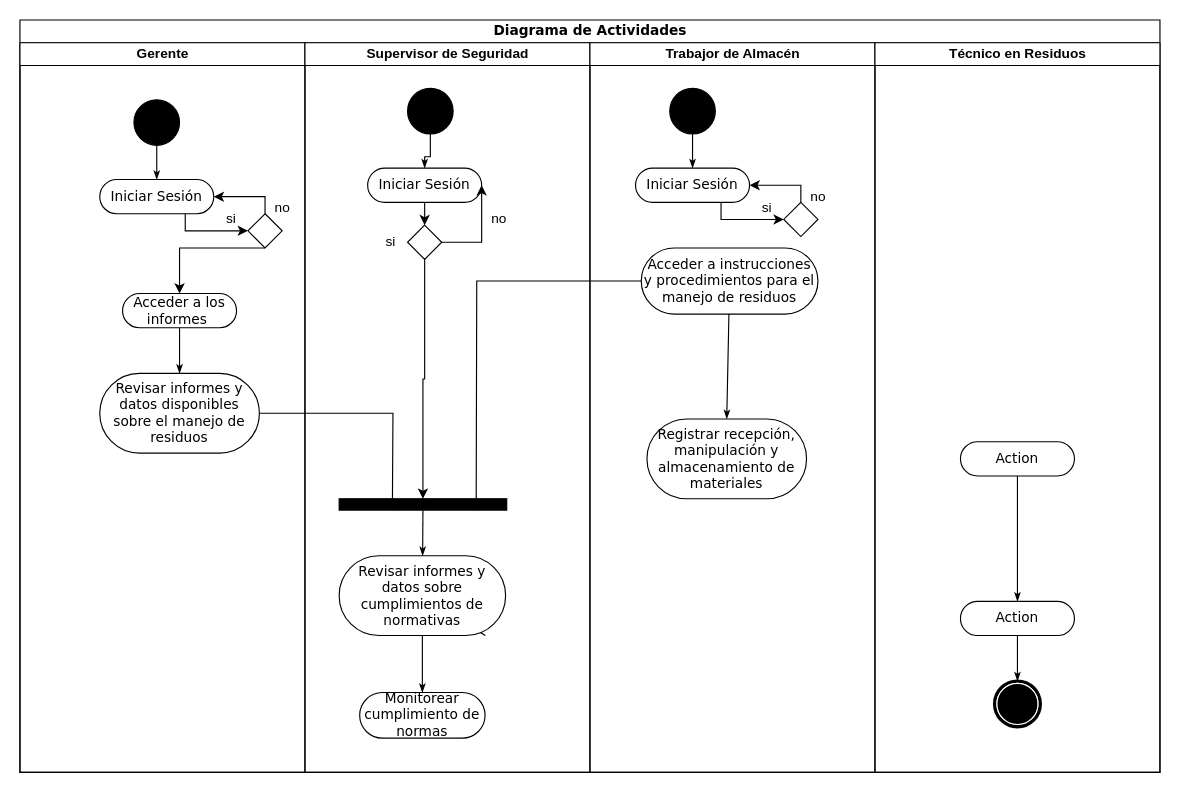
Earlier version of the draw.io diagram Programacion Web Diagrama Carril.drawio (misiomishi/itcj). Source tidied: cells renumbered, new cells numbered last; positions are measured from the earlier drawing's top-left corner, leaving out a move shared by most shapes. Both pictures are drawn from the tidied source at 114%, with x=0, y=0 at pixel (19, 19).
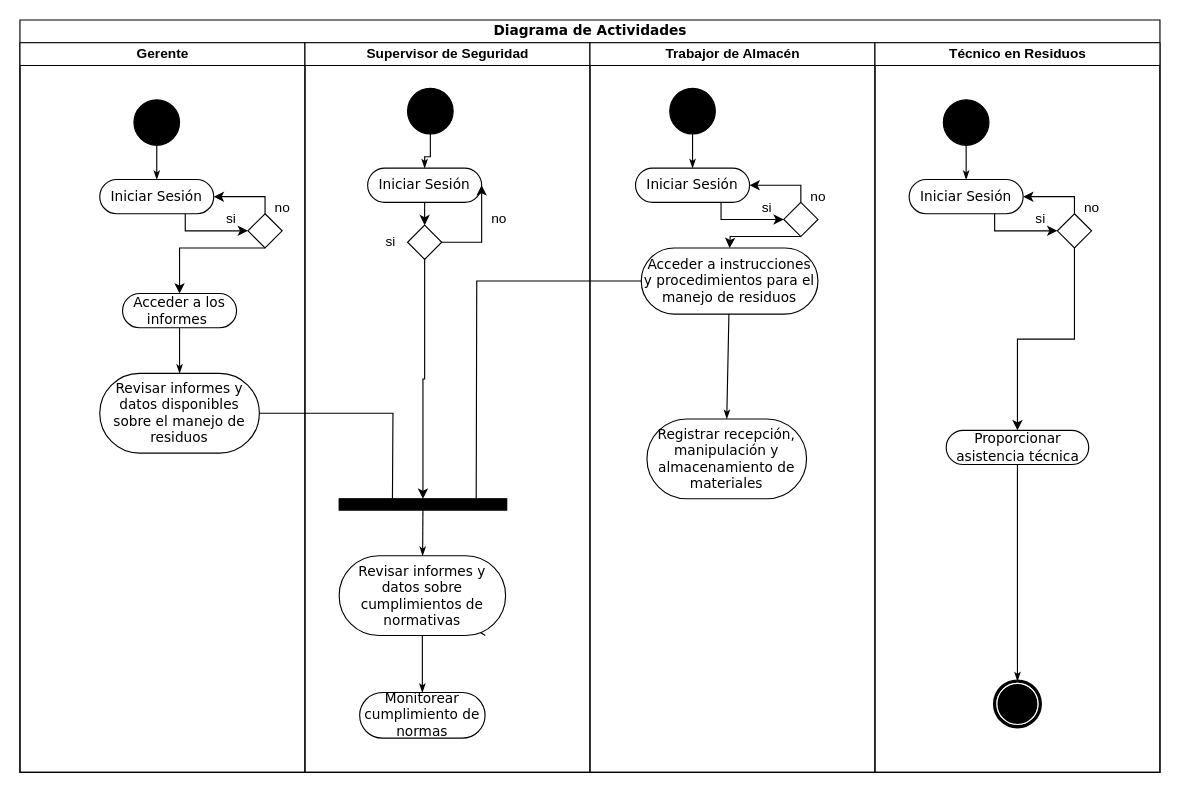
Above is the later version.

Unchanged cells that the change refers to:
```xml
<mxCell id="30" value="Trabajor de Almacén" style="swimlane;html=1;startSize=20;" parent="2" vertex="1">
  <mxGeometry x="500" y="20" width="250" height="640" as="geometry" />
</mxCell>
<mxCell id="32" value="Acceder a instrucciones y procedimientos para el manejo de residuos" style="rounded=1;whiteSpace=wrap;html=1;shadow=0;comic=0;labelBackgroundColor=none;strokeWidth=1;fontFamily=Verdana;fontSize=12;align=center;arcSize=50;" parent="30" vertex="1">
  <mxGeometry x="45" y="180" width="155" height="58" as="geometry" />
</mxCell>
<mxCell id="37" style="rhombus;whiteSpace=wrap;html=1;" parent="30" vertex="1">
  <mxGeometry x="170" y="140" width="30" height="30" as="geometry" />
</mxCell>
<mxCell id="42" value="Técnico en Residuos" style="swimlane;html=1;startSize=20;" parent="2" vertex="1">
  <mxGeometry x="750" y="20" width="250" height="640" as="geometry" />
</mxCell>
<mxCell id="47" style="shape=mxgraph.bpmn.shape;html=1;verticalLabelPosition=bottom;labelBackgroundColor=#ffffff;verticalAlign=top;perimeter=ellipsePerimeter;outline=end;symbol=terminate;rounded=0;shadow=0;comic=0;strokeWidth=1;fontFamily=Verdana;fontSize=12;align=center;" parent="42" vertex="1">
  <mxGeometry x="105" y="560" width="40" height="40" as="geometry" />
</mxCell>
```

The edit, as a diff of the source:
```diff
@@
+    <mxCell id="52" style="endArrow=classic;html=1;rounded=0;exitX=0.5;exitY=1;exitDx=0;exitDy=0;entryX=0.5;entryY=0;entryDx=0;entryDy=0;" parent="30" edge="1" source="37" target="32">
+      <mxGeometry relative="1" as="geometry">
+        <Array as="points">
+          <mxPoint x="123" y="170" />
+        </Array>
+      </mxGeometry>
+    </mxCell>
@@
-    <mxCell id="43" style="edgeStyle=none;rounded=0;html=1;labelBackgroundColor=none;startArrow=none;startFill=0;startSize=5;endArrow=classicThin;endFill=1;endSize=5;jettySize=auto;strokeWidth=1;fontFamily=Verdana;fontSize=12;" parent="42" edge="1" source="44" target="46">
+    <mxCell id="43" style="edgeStyle=none;rounded=0;html=1;labelBackgroundColor=none;startArrow=none;startFill=0;startSize=5;endArrow=classicThin;endFill=1;endSize=5;jettySize=auto;strokeWidth=1;fontFamily=Verdana;fontSize=12;entryX=0.5;entryY=0;entryDx=0;entryDy=0;" parent="42" edge="1" source="44" target="47">
       <mxGeometry relative="1" as="geometry" />
     </mxCell>
-    <mxCell id="44" value="Action" style="rounded=1;whiteSpace=wrap;html=1;shadow=0;comic=0;labelBackgroundColor=none;strokeWidth=1;fontFamily=Verdana;fontSize=12;align=center;arcSize=50;" parent="42" vertex="1">
-      <mxGeometry x="75" y="350" width="100" height="30" as="geometry" />
+    <mxCell id="44" value="Proporcionar asistencia técnica" style="rounded=1;whiteSpace=wrap;html=1;shadow=0;comic=0;labelBackgroundColor=none;strokeWidth=1;fontFamily=Verdana;fontSize=12;align=center;arcSize=50;" parent="42" vertex="1">
+      <mxGeometry x="62.5" y="340" width="125" height="30" as="geometry" />
     </mxCell>
-    <mxCell id="45" style="edgeStyle=none;rounded=0;html=1;labelBackgroundColor=none;startArrow=none;startFill=0;startSize=5;endArrow=classicThin;endFill=1;endSize=5;jettySize=auto;strokeWidth=1;fontFamily=Verdana;fontSize=12;" parent="42" edge="1" source="46" target="47">
-      <mxGeometry relative="1" as="geometry" />
-    </mxCell>
-    <mxCell id="46" value="Action" style="rounded=1;whiteSpace=wrap;html=1;shadow=0;comic=0;labelBackgroundColor=none;strokeWidth=1;fontFamily=Verdana;fontSize=12;align=center;arcSize=50;" parent="42" vertex="1">
-      <mxGeometry x="75" y="490" width="100" height="30" as="geometry" />
-    </mxCell>
@@
+    <mxCell id="53" style="ellipse;whiteSpace=wrap;html=1;rounded=0;shadow=0;comic=0;labelBackgroundColor=none;strokeWidth=1;fillColor=#000000;fontFamily=Verdana;fontSize=12;align=center;" parent="42" vertex="1">
+      <mxGeometry x="60" y="50" width="40" height="40" as="geometry" />
+    </mxCell>
+    <mxCell id="54" value="Iniciar Sesión" style="rounded=1;whiteSpace=wrap;html=1;shadow=0;comic=0;labelBackgroundColor=none;strokeWidth=1;fontFamily=Verdana;fontSize=12;align=center;arcSize=50;" parent="42" vertex="1">
+      <mxGeometry x="30" y="120" width="100" height="30" as="geometry" />
+    </mxCell>
+    <mxCell id="55" style="edgeStyle=orthogonalEdgeStyle;rounded=0;html=1;labelBackgroundColor=none;startArrow=none;startFill=0;startSize=5;endArrow=classicThin;endFill=1;endSize=5;jettySize=auto;strokeWidth=1;fontFamily=Verdana;fontSize=12;" parent="42" edge="1" source="53" target="54">
+      <mxGeometry relative="1" as="geometry" />
+    </mxCell>
+    <mxCell id="56" style="edgeStyle=orthogonalEdgeStyle;rounded=0;jettySize=auto;html=1;exitX=0.5;exitY=1;exitDx=0;exitDy=0;entryX=0.5;entryY=0;entryDx=0;entryDy=0;" parent="42" edge="1" source="57" target="44">
+      <mxGeometry relative="1" as="geometry" />
+    </mxCell>
+    <mxCell id="57" style="rhombus;whiteSpace=wrap;html=1;" parent="42" vertex="1">
+      <mxGeometry x="160" y="150" width="30" height="30" as="geometry" />
+    </mxCell>
+    <mxCell id="58" style="endArrow=classic;html=1;rounded=0;exitX=0.75;exitY=1;exitDx=0;exitDy=0;entryX=0;entryY=0.5;entryDx=0;entryDy=0;" parent="42" edge="1" source="54" target="57">
+      <mxGeometry relative="1" as="geometry">
+        <Array as="points">
+          <mxPoint x="105" y="165" />
+        </Array>
+      </mxGeometry>
+    </mxCell>
+    <mxCell id="59" style="endArrow=classic;html=1;rounded=0;exitX=0.5;exitY=0;exitDx=0;exitDy=0;entryX=1;entryY=0.5;entryDx=0;entryDy=0;" parent="42" edge="1" source="57" target="54">
+      <mxGeometry relative="1" as="geometry">
+        <Array as="points">
+          <mxPoint x="175" y="135" />
+        </Array>
+      </mxGeometry>
+    </mxCell>
+    <mxCell id="60" value="si" style="text;html=1;align=center;verticalAlign=middle;strokeColor=none;fillColor=none;" parent="42" vertex="1">
+      <mxGeometry x="130" y="140" width="30" height="30" as="geometry" />
+    </mxCell>
+    <mxCell id="61" value="no" style="text;html=1;align=center;verticalAlign=middle;strokeColor=none;fillColor=none;" parent="42" vertex="1">
+      <mxGeometry x="170" y="130" width="40" height="30" as="geometry" />
+    </mxCell>
```
